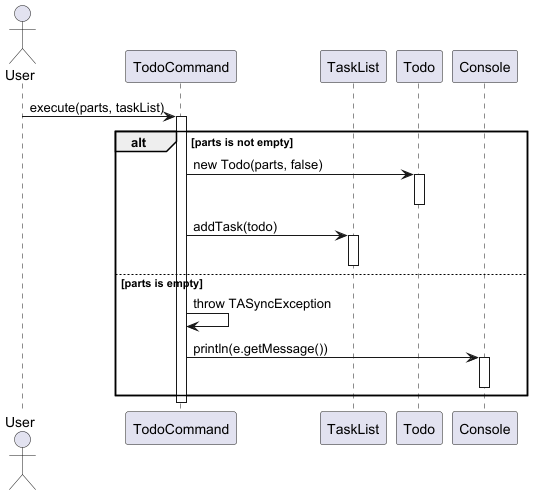
Above: docs/diagrams/tasklistcommands/TodoCommandSequenceDiagram.png in wongyihao02/tp (PlantUML), before the change.
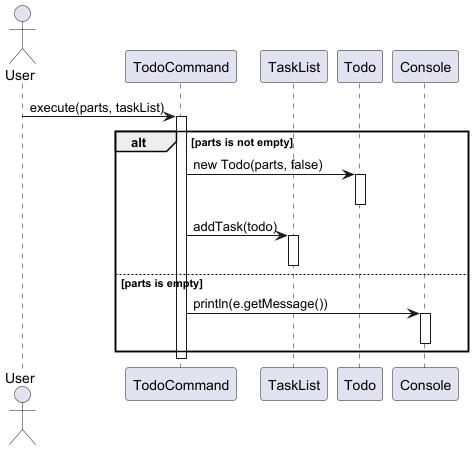
Later version of the same file.

The edit, as a diff of the source:
```diff
@@ -18,7 +18,6 @@
     activate TaskList
     deactivate TaskList
 else parts is empty
-    TodoCmd -> TodoCmd : throw TASyncException
     TodoCmd -> Console : println(e.getMessage())
     activate Console
     deactivate Console
```
